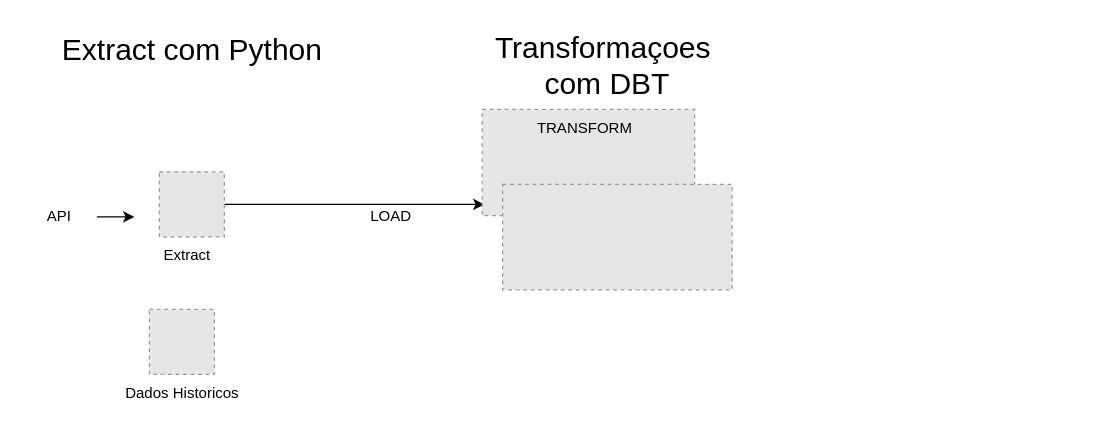
lucasfazzib/dw_dbt keeps this draw.io diagram as DW_PROJETO.drawio. Above is the earlier version. Source tidied: cells renumbered, new cells numbered last; positions are measured from the earlier drawing's top-left corner, leaving out a move shared by most shapes. Both pictures are drawn from the tidied source at 125%, with x=0, y=0 at pixel (21, 21). Pictures stored in the file or linked from it are replaced by grey dashed boxes.
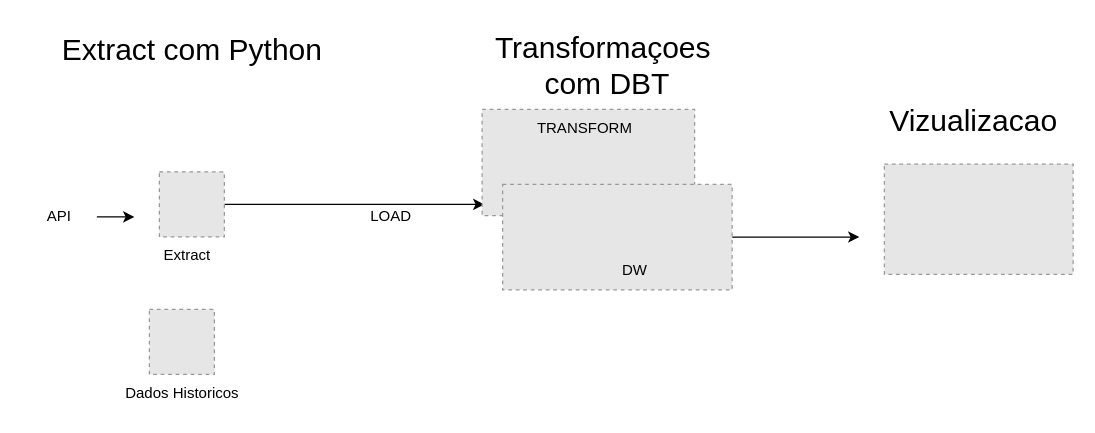
The same diagram, later.

The change refers to these unchanged cells:
```xml
<mxCell id="12" style="fillColor=#E6E6E6;strokeColor=#999999;dashed=1;verticalLabelPosition=bottom;labelBackgroundColor=default;verticalAlign=top;" parent="1" vertex="1">
  <mxGeometry x="384.6" y="130" width="183.6" height="84.3" as="geometry" />
</mxCell>
```

Diff of the diagram source:
```diff
@@
+    <mxCell id="15" style="edgeStyle=orthogonalEdgeStyle;rounded=0;jettySize=auto;html=1;" parent="1" edge="1" source="12">
+      <mxGeometry relative="1" as="geometry">
+        <mxPoint x="670" y="172.1" as="targetPoint" />
+      </mxGeometry>
+    </mxCell>
@@
+    <mxCell id="16" style="fillColor=#E6E6E6;strokeColor=#999999;dashed=1;verticalLabelPosition=bottom;labelBackgroundColor=default;verticalAlign=top;" parent="1" vertex="1">
+      <mxGeometry x="690" y="113.7" width="151" height="88.3" as="geometry" />
+    </mxCell>
+    <mxCell id="17" value="DW" style="text;html=1;align=center;verticalAlign=middle;strokeColor=none;fillColor=none;" parent="1" vertex="1">
+      <mxGeometry x="470" y="184.3" width="40" height="30" as="geometry" />
+    </mxCell>
+    <mxCell id="18" value="&lt;div&gt;&lt;span style=&quot;font-size: 24px;&quot;&gt;Vizualizacao&lt;/span&gt;&lt;/div&gt;" style="text;html=1;align=center;verticalAlign=middle;strokeColor=none;fillColor=none;" parent="1" vertex="1">
+      <mxGeometry x="681" y="60" width="160" height="40" as="geometry" />
+    </mxCell>
```
